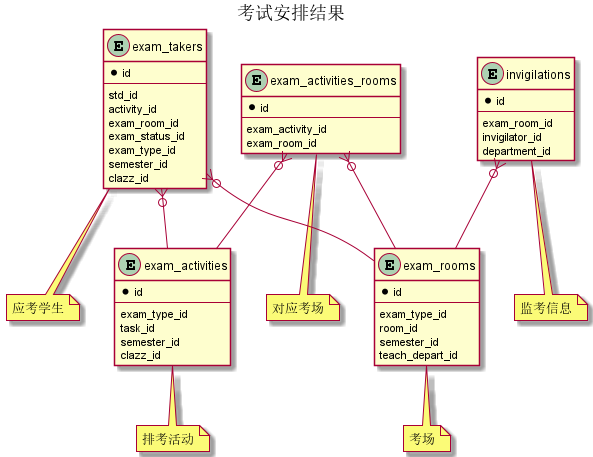
Earlier version of the PlantUML export model/edu/exam/images/activity.png (openurp/openurp.github.io). Its diagram source:
```plantuml
@startuml
title 考试安排结果

entity exam_rooms{
 * id
 --
  exam_type_id
  room_id
  semester_id
  teach_depart_id
}
note "考场" as exam_rooms_comments
exam_rooms .. exam_rooms_comments

entity exam_takers{
 * id
 --
  std_id
  activity_id
  exam_room_id
  exam_status_id
  exam_type_id
  semester_id
  clazz_id
}
note "应考学生" as exam_takers_comments
exam_takers .. exam_takers_comments

entity invigilations{
 * id
 --
  exam_room_id
  invigilator_id
  department_id
}
note "监考信息" as invigilations_comments
invigilations .. invigilations_comments

entity exam_activities_rooms{
 * id
 --
  exam_activity_id
  exam_room_id
}
note "对应考场" as exam_activities_rooms_comments
exam_activities_rooms .. exam_activities_rooms_comments

entity exam_activities{
 * id
 --
  exam_type_id
  task_id
  semester_id
  clazz_id
}
note "排考活动" as exam_activities_comments
exam_activities .. exam_activities_comments


   exam_takers }o--  exam_activities
   exam_takers }o--  exam_rooms
   invigilations }o--  exam_rooms
   exam_activities_rooms }o--  exam_activities
   exam_activities_rooms }o--  exam_rooms
@enduml
```
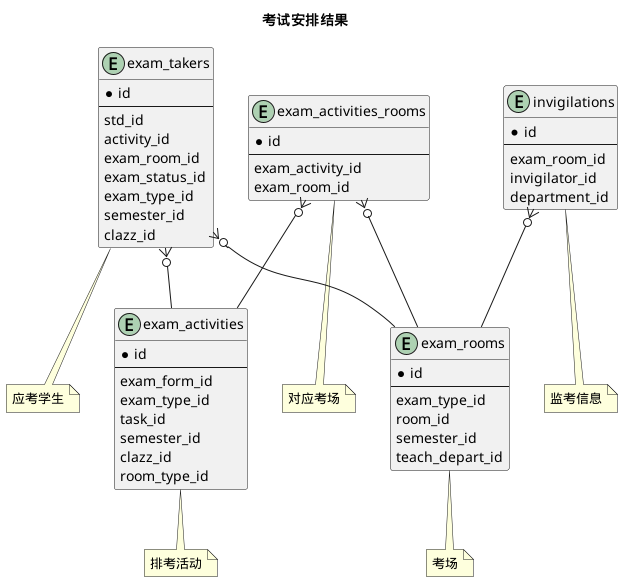
After the commit.

The edit, as a diff of the source:
```diff
@@ -48,10 +48,12 @@
 entity exam_activities{
  * id
  --
+  exam_form_id
   exam_type_id
   task_id
   semester_id
   clazz_id
+  room_type_id
 }
 note "排考活动" as exam_activities_comments
 exam_activities .. exam_activities_comments
```
